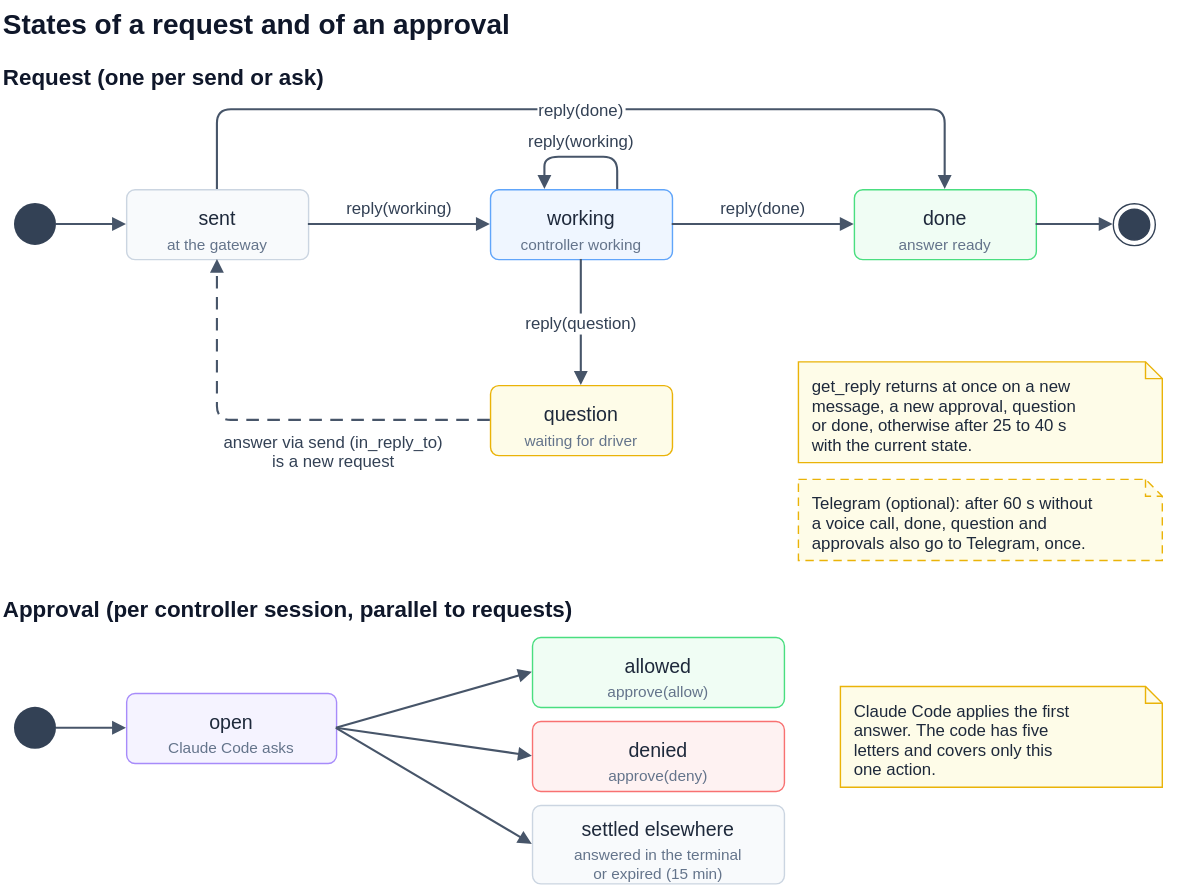
The draw.io diagram docs/states.drawio.svg in alderg/cc-voice-gateway, before a commit. Source tidied: cells renumbered, new cells last; positions are measured from the earlier drawing's top-left corner, leaving out a move shared by most shapes. The source it was exported from:
```xml
<mxGraphModel>
  <root>
    <mxCell id="0" />
    <mxCell id="1" parent="0" />
    <mxCell id="2" value="States of a request and of an approval" style="text;html=0;fontSize=20;align=left;verticalAlign=middle;strokeColor=none;fillColor=none;fontStyle=1;fontColor=#0F172A;" parent="1" vertex="1">
      <mxGeometry width="840" height="30" as="geometry" />
    </mxCell>
    <mxCell id="3" value="Request (one per send or ask)" style="text;html=0;fontSize=16;align=left;verticalAlign=middle;strokeColor=none;fillColor=none;fontStyle=1;fontColor=#0F172A;" parent="1" vertex="1">
      <mxGeometry y="42" width="400" height="24" as="geometry" />
    </mxCell>
    <mxCell id="4" style="ellipse;html=0;fillColor=#334155;strokeColor=none;" parent="1" vertex="1">
      <mxGeometry x="10" y="145" width="30" height="30" as="geometry" />
    </mxCell>
    <mxCell id="5" value="sent" style="rounded=1;arcSize=12;html=0;fontSize=14;fillColor=#F8FAFC;strokeColor=#CBD5E1;fontStyle=0;verticalAlign=top;spacingTop=6.5;strokeWidth=1;absoluteArcSize=1;fontColor=#1E293B;" parent="1" vertex="1">
      <mxGeometry x="90" y="135" width="130" height="50" as="geometry" />
    </mxCell>
    <mxCell id="6" value="at the gateway" style="text;html=0;fontSize=11;fontColor=#64748B;align=center;verticalAlign=top;spacing=0;strokeColor=none;fillColor=none;" parent="5" vertex="1">
      <mxGeometry y="28.3" width="130" height="13.2" as="geometry" />
    </mxCell>
    <mxCell id="7" value="working" style="rounded=1;arcSize=12;html=0;fontSize=14;fillColor=#EFF6FF;strokeColor=#60A5FA;fontStyle=0;verticalAlign=top;spacingTop=6.5;strokeWidth=1;absoluteArcSize=1;fontColor=#1E293B;" parent="1" vertex="1">
      <mxGeometry x="350" y="135" width="130" height="50" as="geometry" />
    </mxCell>
    <mxCell id="8" value="controller working" style="text;html=0;fontSize=11;fontColor=#64748B;align=center;verticalAlign=top;spacing=0;strokeColor=none;fillColor=none;" parent="7" vertex="1">
      <mxGeometry y="28.3" width="130" height="13.2" as="geometry" />
    </mxCell>
    <mxCell id="9" value="done" style="rounded=1;arcSize=12;html=0;fontSize=14;fillColor=#F0FDF4;strokeColor=#4ADE80;fontStyle=0;verticalAlign=top;spacingTop=6.5;strokeWidth=1;absoluteArcSize=1;fontColor=#1E293B;" parent="1" vertex="1">
      <mxGeometry x="610" y="135" width="130" height="50" as="geometry" />
    </mxCell>
    <mxCell id="10" value="answer ready" style="text;html=0;fontSize=11;fontColor=#64748B;align=center;verticalAlign=top;spacing=0;strokeColor=none;fillColor=none;" parent="9" vertex="1">
      <mxGeometry y="28.3" width="130" height="13.2" as="geometry" />
    </mxCell>
    <mxCell id="11" style="ellipse;shape=endState;html=0;fillColor=#334155;strokeColor=#334155;" parent="1" vertex="1">
      <mxGeometry x="795" y="145" width="30" height="30" as="geometry" />
    </mxCell>
    <mxCell id="12" value="question" style="rounded=1;arcSize=12;html=0;fontSize=14;fillColor=#FEFCE8;strokeColor=#EAB308;fontStyle=0;verticalAlign=top;spacingTop=6.5;strokeWidth=1;absoluteArcSize=1;fontColor=#1E293B;" parent="1" vertex="1">
      <mxGeometry x="350" y="275" width="130" height="50" as="geometry" />
    </mxCell>
    <mxCell id="13" value="waiting for driver" style="text;html=0;fontSize=11;fontColor=#64748B;align=center;verticalAlign=top;spacing=0;strokeColor=none;fillColor=none;" parent="12" vertex="1">
      <mxGeometry y="28.3" width="130" height="13.2" as="geometry" />
    </mxCell>
    <mxCell id="14" value="get_reply returns at once on a new&#10;message, a new approval, question&#10;or done, otherwise after 25 to 40 s&#10;with the current state." style="shape=note;size=12;html=0;fontSize=12;align=left;verticalAlign=top;spacingLeft=8;spacingTop=4;fillColor=#FEFCE8;strokeColor=#EAB308;strokeWidth=1;fontColor=#1E293B;" parent="1" vertex="1">
      <mxGeometry x="570" y="258" width="260" height="72" as="geometry" />
    </mxCell>
    <mxCell id="15" value="Telegram (optional): after 60 s without&#10;a voice call, done, question and&#10;approvals also go to Telegram, once." style="shape=note;size=12;html=0;fontSize=12;align=left;verticalAlign=top;spacingLeft=8;spacingTop=4;fillColor=#FEFCE8;strokeColor=#EAB308;dashed=1;strokeWidth=1;fontColor=#1E293B;dashPattern=6 4;" parent="1" vertex="1">
      <mxGeometry x="570" y="342" width="260" height="58" as="geometry" />
    </mxCell>
    <mxCell id="16" value="Approval (per controller session, parallel to requests)" style="text;html=0;fontSize=16;align=left;verticalAlign=middle;strokeColor=none;fillColor=none;fontStyle=1;fontColor=#0F172A;" parent="1" vertex="1">
      <mxGeometry y="422" width="600" height="24" as="geometry" />
    </mxCell>
    <mxCell id="17" style="ellipse;html=0;fillColor=#334155;strokeColor=none;" parent="1" vertex="1">
      <mxGeometry x="10" y="505" width="30" height="30" as="geometry" />
    </mxCell>
    <mxCell id="18" value="open" style="rounded=1;arcSize=12;html=0;fontSize=14;fillColor=#F5F3FF;strokeColor=#A78BFA;fontStyle=0;verticalAlign=top;spacingTop=6.5;strokeWidth=1;absoluteArcSize=1;fontColor=#1E293B;" parent="1" vertex="1">
      <mxGeometry x="90" y="495" width="150" height="50" as="geometry" />
    </mxCell>
    <mxCell id="19" value="Claude Code asks" style="text;html=0;fontSize=11;fontColor=#64748B;align=center;verticalAlign=top;spacing=0;strokeColor=none;fillColor=none;" parent="18" vertex="1">
      <mxGeometry y="28.3" width="150" height="13.2" as="geometry" />
    </mxCell>
    <mxCell id="20" value="allowed" style="rounded=1;arcSize=12;html=0;fontSize=14;fillColor=#F0FDF4;strokeColor=#4ADE80;fontStyle=0;verticalAlign=top;spacingTop=6.5;strokeWidth=1;absoluteArcSize=1;fontColor=#1E293B;" parent="1" vertex="1">
      <mxGeometry x="380" y="455" width="180" height="50" as="geometry" />
    </mxCell>
    <mxCell id="21" value="approve(allow)" style="text;html=0;fontSize=11;fontColor=#64748B;align=center;verticalAlign=top;spacing=0;strokeColor=none;fillColor=none;" parent="20" vertex="1">
      <mxGeometry y="28.3" width="180" height="13.2" as="geometry" />
    </mxCell>
    <mxCell id="22" value="denied" style="rounded=1;arcSize=12;html=0;fontSize=14;fillColor=#FEF2F2;strokeColor=#F87171;fontStyle=0;verticalAlign=top;spacingTop=6.5;strokeWidth=1;absoluteArcSize=1;fontColor=#1E293B;" parent="1" vertex="1">
      <mxGeometry x="380" y="515" width="180" height="50" as="geometry" />
    </mxCell>
    <mxCell id="23" value="approve(deny)" style="text;html=0;fontSize=11;fontColor=#64748B;align=center;verticalAlign=top;spacing=0;strokeColor=none;fillColor=none;" parent="22" vertex="1">
      <mxGeometry y="28.3" width="180" height="13.2" as="geometry" />
    </mxCell>
    <mxCell id="24" value="settled elsewhere" style="rounded=1;arcSize=12;html=0;fontSize=14;fillColor=#F8FAFC;strokeColor=#CBD5E1;fontStyle=0;verticalAlign=top;spacingTop=2.9;strokeWidth=1;absoluteArcSize=1;fontColor=#1E293B;" parent="1" vertex="1">
      <mxGeometry x="380" y="575" width="180" height="56" as="geometry" />
    </mxCell>
    <mxCell id="25" value="answered in the terminal&#10;or expired (15 min)" style="text;html=0;fontSize=11;fontColor=#64748B;align=center;verticalAlign=top;spacing=0;strokeColor=none;fillColor=none;" parent="24" vertex="1">
      <mxGeometry y="24.7" width="180" height="26.4" as="geometry" />
    </mxCell>
    <mxCell id="26" value="Claude Code applies the first&#10;answer. The code has five&#10;letters and covers only this&#10;one action." style="shape=note;size=12;html=0;fontSize=12;align=left;verticalAlign=top;spacingLeft=8;spacingTop=4;fillColor=#FEFCE8;strokeColor=#EAB308;strokeWidth=1;fontColor=#1E293B;" parent="1" vertex="1">
      <mxGeometry x="600" y="490" width="230" height="72" as="geometry" />
    </mxCell>
    <mxCell id="27" style="edgeStyle=none;rounded=1;html=0;endArrow=block;endFill=1;endSize=6;startArrow=none;strokeColor=#475569;strokeWidth=1.5;fontSize=12;fontColor=#334155;labelBackgroundColor=#FFFFFF;exitX=1;exitY=0.5;exitDx=0;exitDy=0;entryX=0;entryY=0.5;entryDx=0;entryDy=0;" parent="1" edge="1" source="4" target="5">
      <mxGeometry relative="1" as="geometry" />
    </mxCell>
    <mxCell id="28" value="reply(working)" style="edgeStyle=none;rounded=1;html=0;endArrow=block;endFill=1;endSize=6;startArrow=none;strokeColor=#475569;strokeWidth=1.5;fontSize=12;fontColor=#334155;labelBackgroundColor=#FFFFFF;exitX=1;exitY=0.5;exitDx=0;exitDy=0;entryX=0;entryY=0.5;entryDx=0;entryDy=0;" parent="1" edge="1" source="5" target="7">
      <mxGeometry relative="1" as="geometry">
        <mxPoint y="-12" as="offset" />
      </mxGeometry>
    </mxCell>
    <mxCell id="29" value="reply(done)" style="edgeStyle=none;rounded=1;html=0;endArrow=block;endFill=1;endSize=6;startArrow=none;strokeColor=#475569;strokeWidth=1.5;fontSize=12;fontColor=#334155;labelBackgroundColor=#FFFFFF;exitX=1;exitY=0.5;exitDx=0;exitDy=0;entryX=0;entryY=0.5;entryDx=0;entryDy=0;" parent="1" edge="1" source="7" target="9">
      <mxGeometry relative="1" as="geometry">
        <mxPoint y="-12" as="offset" />
      </mxGeometry>
    </mxCell>
    <mxCell id="30" value="reply(done)" style="edgeStyle=none;rounded=1;html=0;endArrow=block;endFill=1;endSize=6;startArrow=none;strokeColor=#475569;strokeWidth=1.5;fontSize=12;fontColor=#334155;labelBackgroundColor=#FFFFFF;exitX=0.5;exitY=0;exitDx=0;exitDy=0;entryX=0.5;entryY=0;entryDx=0;entryDy=0;" parent="1" edge="1" source="5" target="9">
      <mxGeometry relative="1" as="geometry">
        <Array as="points">
          <mxPoint x="155" y="78" />
          <mxPoint x="675" y="78" />
        </Array>
      </mxGeometry>
    </mxCell>
    <mxCell id="31" value="reply(working)" style="edgeStyle=none;rounded=1;html=0;endArrow=block;endFill=1;endSize=6;startArrow=none;strokeColor=#475569;strokeWidth=1.5;fontSize=12;fontColor=#334155;labelBackgroundColor=#FFFFFF;exitX=0.7;exitY=0;exitDx=0;exitDy=0;entryX=0.3;entryY=0;entryDx=0;entryDy=0;" parent="1" edge="1" source="7" target="7">
      <mxGeometry relative="1" as="geometry">
        <Array as="points">
          <mxPoint x="441" y="112" />
          <mxPoint x="389" y="112" />
        </Array>
        <mxPoint y="-12" as="offset" />
      </mxGeometry>
    </mxCell>
    <mxCell id="32" value="reply(question)" style="edgeStyle=none;rounded=1;html=0;endArrow=block;endFill=1;endSize=6;startArrow=none;strokeColor=#475569;strokeWidth=1.5;fontSize=12;fontColor=#334155;labelBackgroundColor=#FFFFFF;exitX=0.5;exitY=1;exitDx=0;exitDy=0;entryX=0.5;entryY=0;entryDx=0;entryDy=0;" parent="1" edge="1" source="7" target="12">
      <mxGeometry relative="1" as="geometry" />
    </mxCell>
    <mxCell id="33" value="answer via send (in_reply_to)&#10;is a new request" style="edgeStyle=none;rounded=1;html=0;endArrow=block;endFill=1;endSize=6;startArrow=none;strokeColor=#475569;strokeWidth=1.5;fontSize=12;fontColor=#334155;labelBackgroundColor=#FFFFFF;dashed=1;exitX=0;exitY=0.5;exitDx=0;exitDy=0;entryX=0.5;entryY=1;entryDx=0;entryDy=0;dashPattern=6 4;" parent="1" edge="1" source="12" target="5">
      <mxGeometry x="-0.28" relative="1" as="geometry">
        <Array as="points">
          <mxPoint x="155" y="300" />
        </Array>
        <mxPoint y="22" as="offset" />
      </mxGeometry>
    </mxCell>
    <mxCell id="34" style="edgeStyle=none;rounded=1;html=0;endArrow=block;endFill=1;endSize=6;startArrow=none;strokeColor=#475569;strokeWidth=1.5;fontSize=12;fontColor=#334155;labelBackgroundColor=#FFFFFF;exitX=1;exitY=0.5;exitDx=0;exitDy=0;entryX=0;entryY=0.5;entryDx=0;entryDy=0;" parent="1" edge="1" source="9" target="11">
      <mxGeometry relative="1" as="geometry" />
    </mxCell>
    <mxCell id="35" style="edgeStyle=none;rounded=1;html=0;endArrow=block;endFill=1;endSize=6;startArrow=none;strokeColor=#475569;strokeWidth=1.5;fontSize=12;fontColor=#334155;labelBackgroundColor=#FFFFFF;exitX=1;exitY=0.5;exitDx=0;exitDy=0;entryX=0;entryY=0.5;entryDx=0;entryDy=0;" parent="1" edge="1" source="17" target="18">
      <mxGeometry relative="1" as="geometry" />
    </mxCell>
    <mxCell id="36" style="edgeStyle=none;rounded=1;html=0;endArrow=block;endFill=1;endSize=6;startArrow=none;strokeColor=#475569;strokeWidth=1.5;fontSize=12;fontColor=#334155;labelBackgroundColor=#FFFFFF;exitX=1;exitY=0.5;exitDx=0;exitDy=0;entryX=0;entryY=0.5;entryDx=0;entryDy=0;" parent="1" edge="1" source="18" target="20">
      <mxGeometry relative="1" as="geometry" />
    </mxCell>
    <mxCell id="37" style="edgeStyle=none;rounded=1;html=0;endArrow=block;endFill=1;endSize=6;startArrow=none;strokeColor=#475569;strokeWidth=1.5;fontSize=12;fontColor=#334155;labelBackgroundColor=#FFFFFF;exitX=1;exitY=0.5;exitDx=0;exitDy=0;entryX=0;entryY=0.5;entryDx=0;entryDy=0;" parent="1" edge="1" source="18" target="22">
      <mxGeometry relative="1" as="geometry" />
    </mxCell>
    <mxCell id="38" style="edgeStyle=none;rounded=1;html=0;endArrow=block;endFill=1;endSize=6;startArrow=none;strokeColor=#475569;strokeWidth=1.5;fontSize=12;fontColor=#334155;labelBackgroundColor=#FFFFFF;exitX=1;exitY=0.5;exitDx=0;exitDy=0;entryX=0;entryY=0.5;entryDx=0;entryDy=0;" parent="1" edge="1" source="18" target="24">
      <mxGeometry relative="1" as="geometry" />
    </mxCell>
  </root>
</mxGraphModel>
```
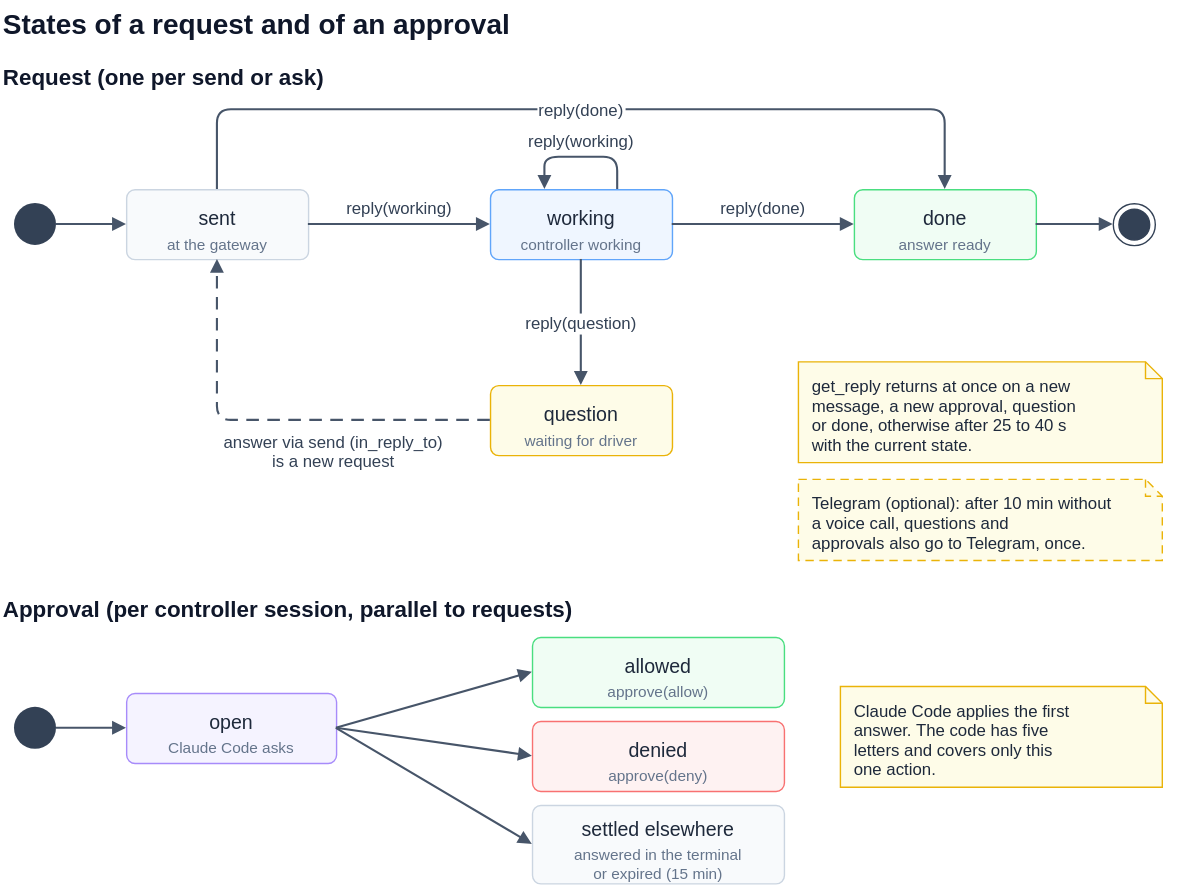
Above is the later version.

What changed in the source:
```diff
@@ -41,7 +41,7 @@
     <mxCell id="14" value="get_reply returns at once on a new&#10;message, a new approval, question&#10;or done, otherwise after 25 to 40 s&#10;with the current state." style="shape=note;size=12;html=0;fontSize=12;align=left;verticalAlign=top;spacingLeft=8;spacingTop=4;fillColor=#FEFCE8;strokeColor=#EAB308;strokeWidth=1;fontColor=#1E293B;" parent="1" vertex="1">
       <mxGeometry x="570" y="258" width="260" height="72" as="geometry" />
     </mxCell>
-    <mxCell id="15" value="Telegram (optional): after 60 s without&#10;a voice call, done, question and&#10;approvals also go to Telegram, once." style="shape=note;size=12;html=0;fontSize=12;align=left;verticalAlign=top;spacingLeft=8;spacingTop=4;fillColor=#FEFCE8;strokeColor=#EAB308;dashed=1;strokeWidth=1;fontColor=#1E293B;dashPattern=6 4;" parent="1" vertex="1">
+    <mxCell id="15" value="Telegram (optional): after 10 min without&#10;a voice call, questions and&#10;approvals also go to Telegram, once." style="shape=note;size=12;html=0;fontSize=12;align=left;verticalAlign=top;spacingLeft=8;spacingTop=4;fillColor=#FEFCE8;strokeColor=#EAB308;dashed=1;strokeWidth=1;fontColor=#1E293B;dashPattern=6 4;" parent="1" vertex="1">
       <mxGeometry x="570" y="342" width="260" height="58" as="geometry" />
     </mxCell>
     <mxCell id="16" value="Approval (per controller session, parallel to requests)" style="text;html=0;fontSize=16;align=left;verticalAlign=middle;strokeColor=none;fillColor=none;fontStyle=1;fontColor=#0F172A;" parent="1" vertex="1">
```
